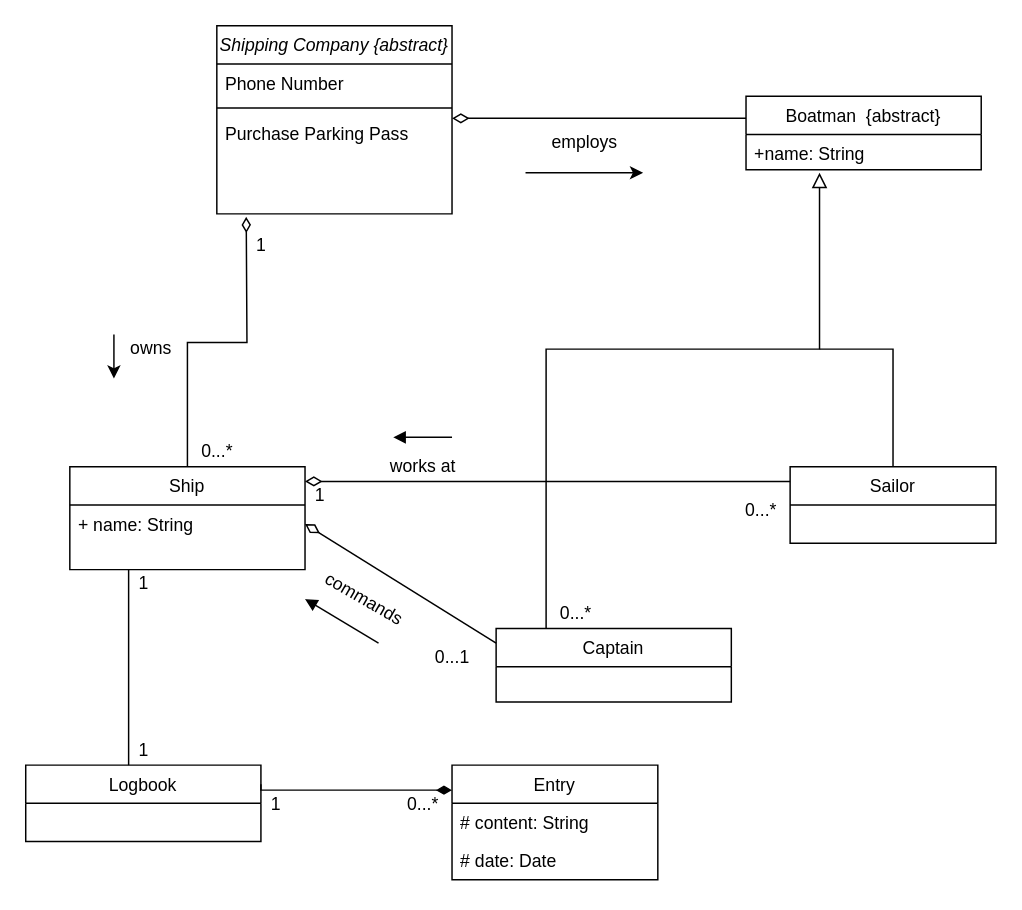
Before: Untitled Diagram.drawio in SandyyyMa/Exercise-Sheet-1, a draw.io diagram. Source tidied: cells renumbered, new cells numbered last; positions are measured from the earlier drawing's top-left corner, leaving out a move shared by most shapes. Both pictures are drawn from the tidied source at 147%, with x=0, y=0 at pixel (25, 25).
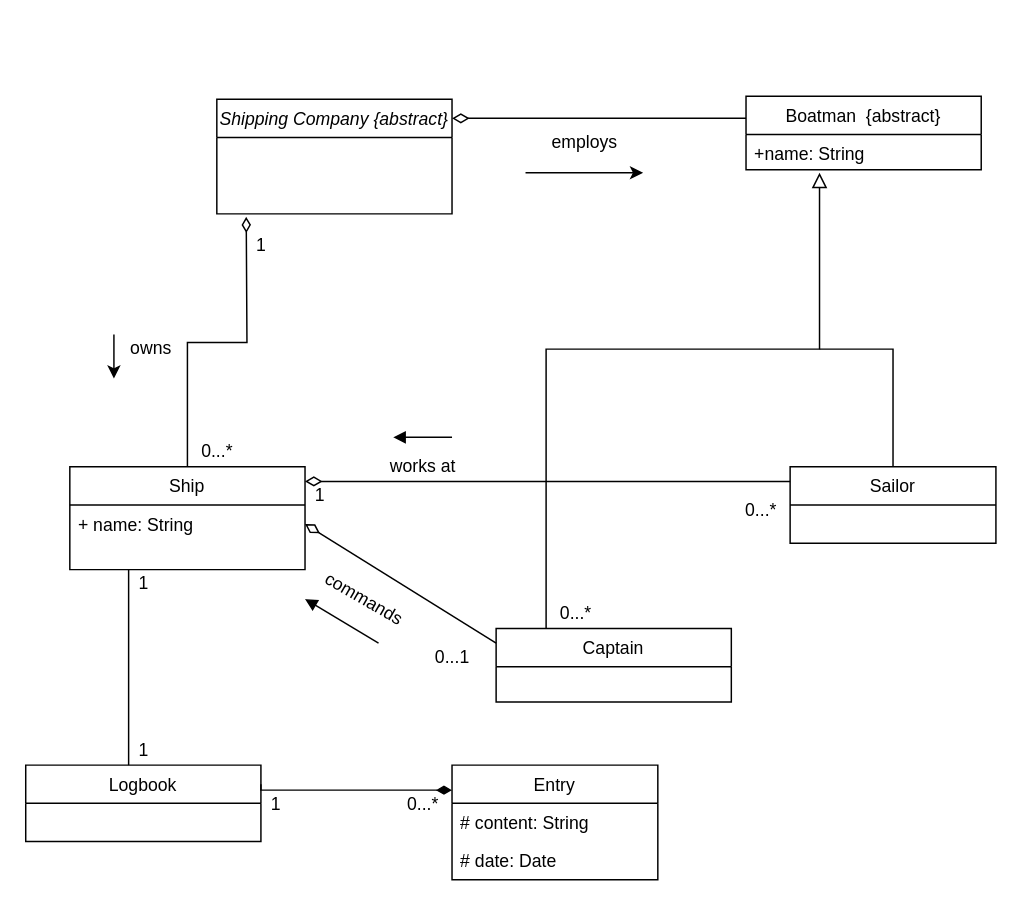
The same page after the edit.

What changed in the source:
```diff
@@
     <mxCell id="2" value="Shipping Company {abstract}" style="swimlane;fontStyle=2;align=center;verticalAlign=top;horizontal=1;startSize=26;rounded=0;shadow=0;strokeWidth=1;" parent="1" vertex="1">
-      <mxGeometry x="130" width="160" height="128" as="geometry" />
+      <mxGeometry x="130" y="50" width="160" height="78" as="geometry" />
     </mxCell>
-    <mxCell id="3" value="Phone Number" style="text;align=left;verticalAlign=top;spacingLeft=4;spacingRight=4;overflow=hidden;rounded=0;shadow=0;html=0;" parent="2" vertex="1">
-      <mxGeometry y="26" width="160" height="26" as="geometry" />
-    </mxCell>
-    <mxCell id="4" style="line;html=1;strokeWidth=1;align=left;verticalAlign=middle;spacingTop=-1;spacingLeft=3;spacingRight=3;labelPosition=right;" parent="2" vertex="1">
-      <mxGeometry y="52" width="160" height="8" as="geometry" />
-    </mxCell>
-    <mxCell id="5" value="Purchase Parking Pass" style="text;align=left;verticalAlign=top;spacingLeft=4;spacingRight=4;overflow=hidden;" parent="2" vertex="1">
-      <mxGeometry y="60" width="160" height="26" as="geometry" />
-    </mxCell>
```
